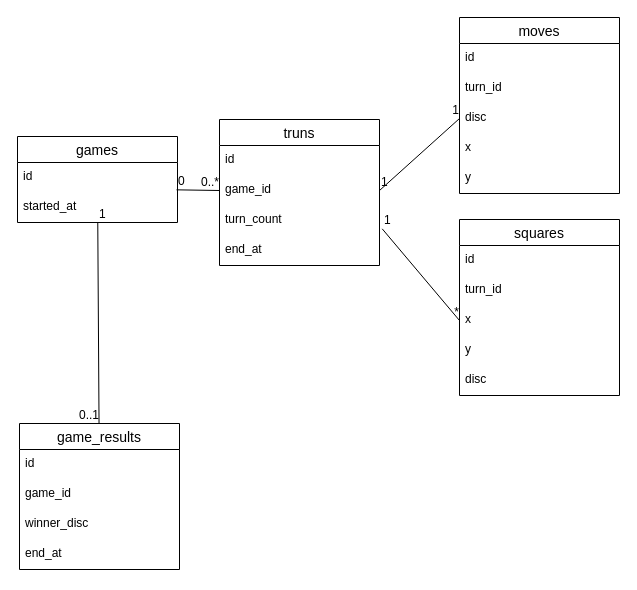
The draw.io diagram docs/er.drawio in Masato-210831/Udemy-reverse-webapp, before the edit. Source tidied: cells renumbered, new cells numbered last; positions are measured from the earlier drawing's top-left corner, leaving out a move shared by most shapes. Both pictures are drawn from the tidied source at 100%, with x=0, y=0 at pixel (17, 17).
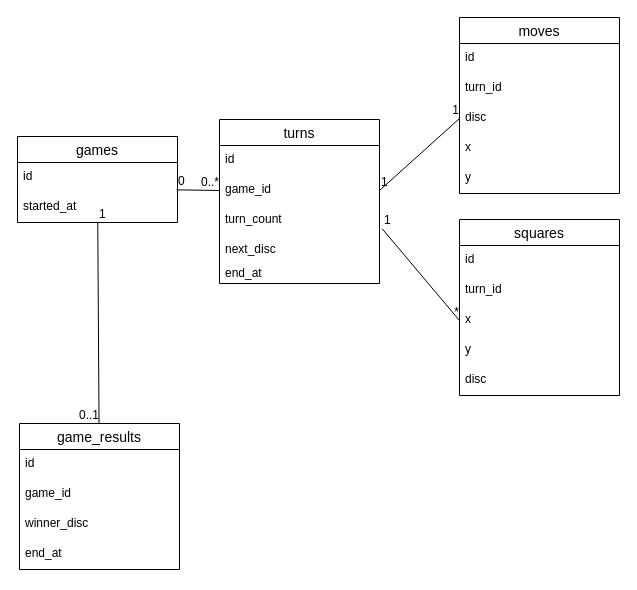
After the change.

Change to the diagram source:
```diff
@@
-    <mxCell id="8" value="truns" style="swimlane;fontStyle=0;horizontal=1;startSize=26;align=center;fontSize=14;" parent="1" vertex="1">
-      <mxGeometry x="202" y="102" width="160" height="146" as="geometry" />
+    <mxCell id="8" value="turns" style="swimlane;fontStyle=0;horizontal=1;startSize=26;align=center;fontSize=14;" parent="1" vertex="1">
+      <mxGeometry x="202" y="102" width="160" height="164" as="geometry" />
     </mxCell>
@@
+    <mxCell id="39" value="next_disc&#10;" style="text;strokeColor=none;fillColor=none;spacingLeft=4;spacingRight=4;overflow=hidden;fontSize=12;" parent="8" vertex="1">
+      <mxGeometry y="116" width="160" height="24" as="geometry" />
+    </mxCell>
-    <mxCell id="12" value="end_at" style="text;strokeColor=none;fillColor=none;spacingLeft=4;spacingRight=4;overflow=hidden;fontSize=12;" parent="8" vertex="1">
-      <mxGeometry y="116" width="160" height="30" as="geometry" />
+    <mxCell id="12" value="end_at" style="text;strokeColor=none;fillColor=none;spacingLeft=4;spacingRight=4;overflow=hidden;fontSize=12;fontStyle=0;" parent="8" vertex="1">
+      <mxGeometry y="140" width="160" height="24" as="geometry" />
     </mxCell>
```
